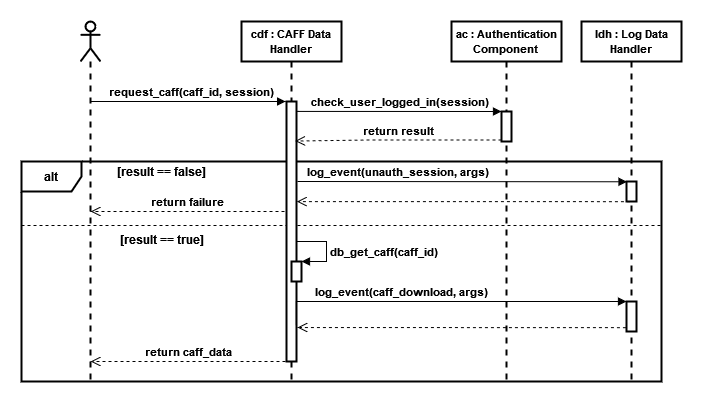
This is Documentation/Sequence diagrams/Sequence_CAFF_Download.png from nemkrisz11/Computer-Security-Homework-2021-SHAjt, a draw.io export, as it was before one commit. Source tidied: cells renumbered, new cells last; positions are measured from the earlier drawing's top-left corner, leaving out a move shared by most shapes.
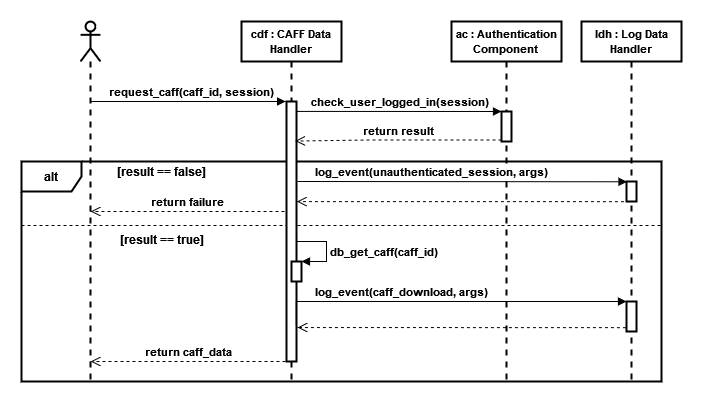
After the change.

What changed in the source:
```diff
@@ -111,8 +111,8 @@
         </Array>
       </mxGeometry>
     </mxCell>
-    <mxCell id="24" value="&lt;b&gt;log_event(unauth_session, args)&lt;/b&gt;" style="html=1;verticalAlign=bottom;endArrow=block;rounded=0;fontSize=11;strokeWidth=1;entryX=0.051;entryY=0.014;entryDx=0;entryDy=0;entryPerimeter=0;edgeStyle=orthogonalEdgeStyle;" parent="1" edge="1" target="20">
-      <mxGeometry x="-0.39" relative="1" as="geometry">
+    <mxCell id="24" value="&lt;b&gt;log_event(unauthenticated_session, args)&lt;/b&gt;" style="html=1;verticalAlign=bottom;endArrow=block;rounded=0;fontSize=11;strokeWidth=1;entryX=0.051;entryY=0.014;entryDx=0;entryDy=0;entryPerimeter=0;edgeStyle=orthogonalEdgeStyle;" parent="1" edge="1" target="20">
+      <mxGeometry x="-0.19" relative="1" as="geometry">
         <mxPoint x="276" y="160" as="sourcePoint" />
         <Array as="points">
           <mxPoint x="276" y="160" />
```
